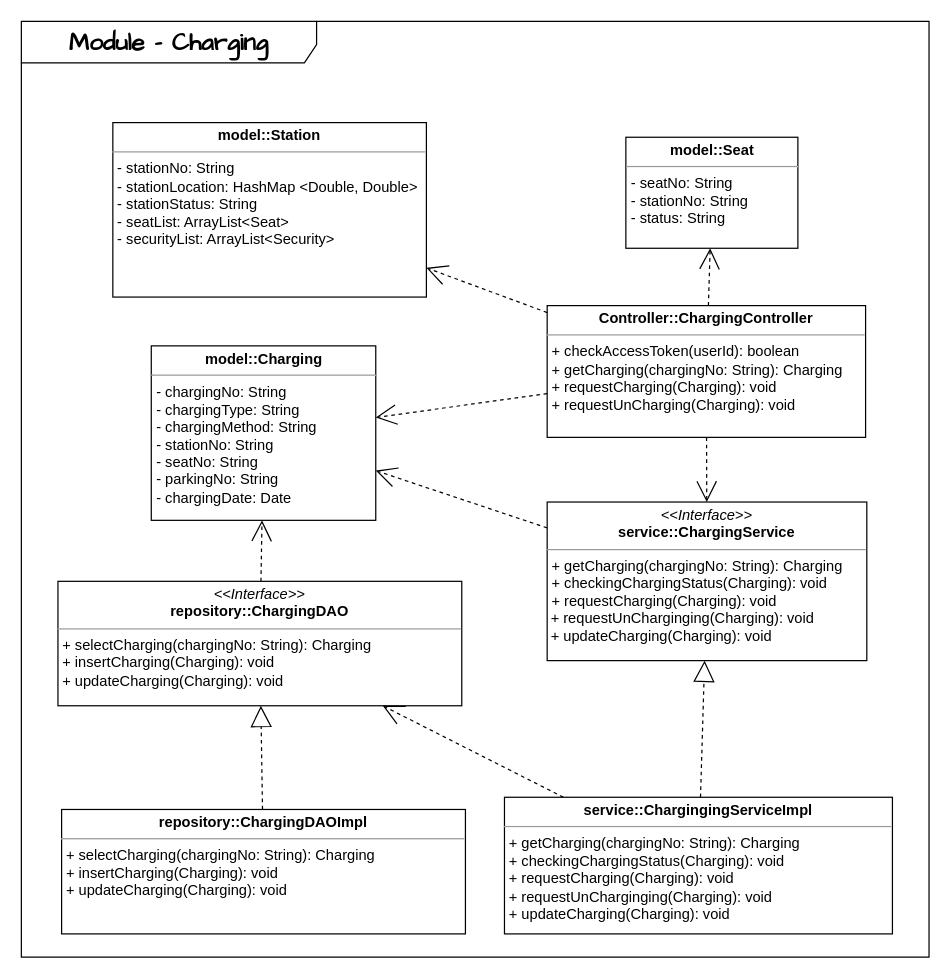
Earlier version of the draw.io diagram Module/Charging.drawio (coldmu/aa_exam). Source tidied: cells renumbered, new cells numbered last; positions are measured from the earlier drawing's top-left corner, leaving out a move shared by most shapes. Both pictures are drawn from the tidied source at 122%, with x=0, y=0 at pixel (21, 21).
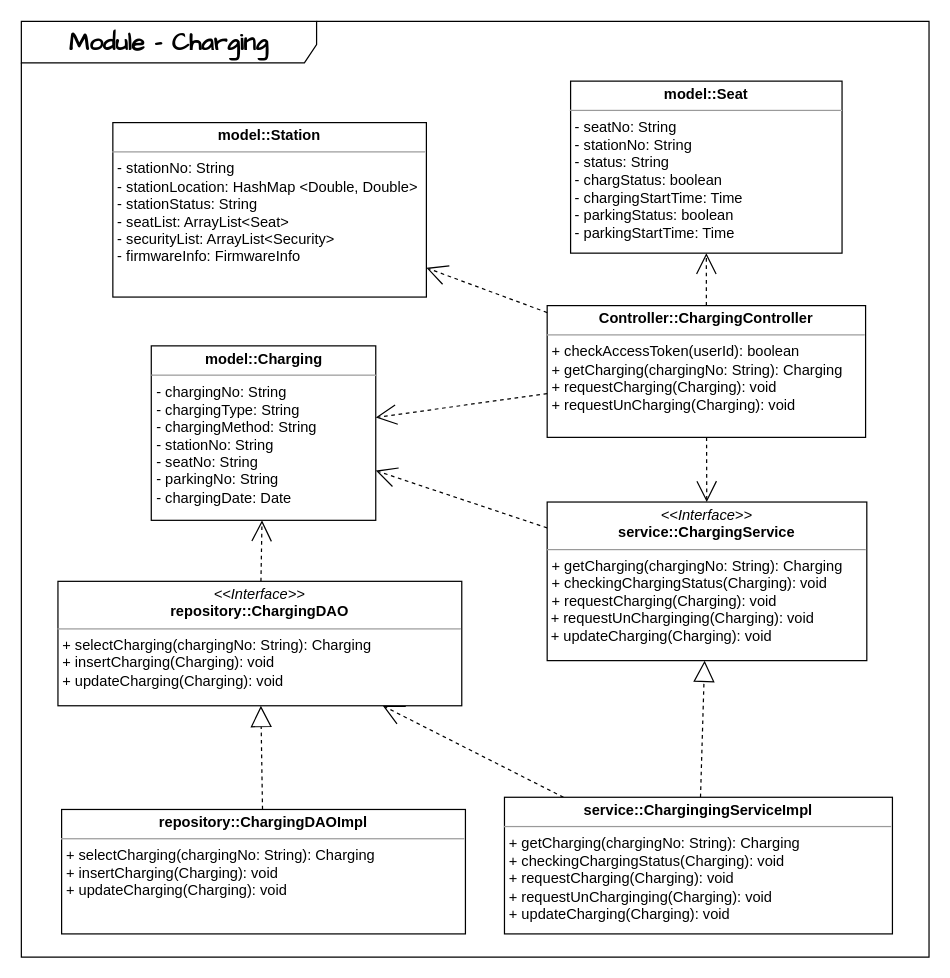
After the change.

Diff of the diagram source:
```diff
@@
 <mxGraphModel>
   <root>
     <mxCell id="0" />
     <mxCell id="1" parent="0" />
     <mxCell id="2" value="&lt;b&gt;Module - Charging&lt;/b&gt;" style="shape=umlFrame;whiteSpace=wrap;html=1;hachureGap=4;fontFamily=Architects Daughter;fontSize=20;width=242;height=34;labelBackgroundColor=none;rounded=0;" parent="1" vertex="1">
       <mxGeometry width="744" height="767" as="geometry" />
     </mxCell>
     <mxCell id="3" style="edgeStyle=none;shape=connector;rounded=0;hachureGap=4;jettySize=auto;html=1;dashed=1;labelBackgroundColor=none;strokeColor=default;fontFamily=Architects Daughter;fontSize=16;fontColor=default;endArrow=open;endFill=0;endSize=15;" parent="1" edge="1" source="8" target="5">
       <mxGeometry relative="1" as="geometry" />
     </mxCell>
     <mxCell id="4" style="edgeStyle=none;shape=connector;rounded=0;hachureGap=4;jettySize=auto;html=1;dashed=1;labelBackgroundColor=none;strokeColor=default;fontFamily=Architects Daughter;fontSize=16;fontColor=default;endArrow=open;endFill=0;endSize=15;" parent="1" edge="1" source="5" target="16">
       <mxGeometry relative="1" as="geometry" />
     </mxCell>
     <mxCell id="5" value="&lt;p style=&quot;margin:0px;margin-top:4px;text-align:center;&quot;&gt;&lt;i&gt;&amp;lt;&amp;lt;Interface&amp;gt;&amp;gt;&lt;/i&gt;&lt;br&gt;&lt;b style=&quot;background-color: initial;&quot;&gt;service::ChargingService&lt;/b&gt;&lt;/p&gt;&lt;p style=&quot;margin:0px;margin-top:4px;text-align:center;&quot;&gt;&lt;/p&gt;&lt;hr size=&quot;1&quot;&gt;&lt;p style=&quot;margin:0px;margin-left:4px;&quot;&gt;+ getCharging(chargingNo: String): Charging&lt;/p&gt;&lt;p style=&quot;margin:0px;margin-left:4px;&quot;&gt;+ checkingChargingStatus(Charging): void&lt;/p&gt;&lt;p style=&quot;margin:0px;margin-left:4px;&quot;&gt;+ requestCharging(Charging): void&lt;/p&gt;&lt;p style=&quot;margin:0px;margin-left:4px;&quot;&gt;&lt;/p&gt;&amp;nbsp;+ requestUnCharginging(Charging): void&lt;br&gt;&amp;nbsp;+ updateCharging(Charging): void" style="verticalAlign=top;align=left;overflow=fill;fontSize=12;fontFamily=Helvetica;html=1;whiteSpace=wrap;" parent="1" vertex="1">
       <mxGeometry x="431" y="394" width="262" height="130" as="geometry" />
     </mxCell>
     <mxCell id="6" style="edgeStyle=none;shape=connector;rounded=0;hachureGap=4;jettySize=auto;html=1;dashed=1;labelBackgroundColor=none;strokeColor=default;fontFamily=Architects Daughter;fontSize=16;fontColor=default;endArrow=open;endFill=0;endSize=15;" parent="1" edge="1" source="7" target="16">
       <mxGeometry relative="1" as="geometry" />
     </mxCell>
     <mxCell id="7" value="&lt;p style=&quot;margin:0px;margin-top:4px;text-align:center;&quot;&gt;&lt;i&gt;&amp;lt;&amp;lt;Interface&amp;gt;&amp;gt;&lt;/i&gt;&lt;br&gt;&lt;b style=&quot;background-color: initial;&quot;&gt;repository::ChargingDAO&lt;/b&gt;&lt;/p&gt;&lt;p style=&quot;margin:0px;margin-top:4px;text-align:center;&quot;&gt;&lt;/p&gt;&lt;hr size=&quot;1&quot;&gt;&lt;p style=&quot;margin:0px;margin-left:4px;&quot;&gt;+ selectCharging(chargingNo: String): Charging&lt;/p&gt;&lt;p style=&quot;margin:0px;margin-left:4px;&quot;&gt;+ insertCharging(Charging): void&lt;/p&gt;&lt;p style=&quot;margin:0px;margin-left:4px;&quot;&gt;+ updateCharging(Charging): void&lt;/p&gt;" style="verticalAlign=top;align=left;overflow=fill;fontSize=12;fontFamily=Helvetica;html=1;whiteSpace=wrap;" parent="1" vertex="1">
       <mxGeometry x="30" y="459" width="331" height="102" as="geometry" />
     </mxCell>
     <mxCell id="8" value="&lt;p style=&quot;margin:0px;margin-top:4px;text-align:center;&quot;&gt;&lt;b style=&quot;background-color: initial;&quot;&gt;Controller::ChargingController&lt;/b&gt;&lt;/p&gt;&lt;p style=&quot;margin:0px;margin-top:4px;text-align:center;&quot;&gt;&lt;/p&gt;&lt;hr size=&quot;1&quot;&gt;&lt;p style=&quot;margin:0px;margin-left:4px;&quot;&gt;+ checkAccessToken(userId): boolean&lt;/p&gt;&lt;p style=&quot;margin:0px;margin-left:4px;&quot;&gt;+ getCharging(chargingNo: String): Charging&lt;/p&gt;&lt;p style=&quot;margin:0px;margin-left:4px;&quot;&gt;+ requestCharging(Charging): void&lt;/p&gt;&lt;p style=&quot;margin:0px;margin-left:4px;&quot;&gt;+ requestUnCharging(Charging): void&lt;/p&gt;" style="verticalAlign=top;align=left;overflow=fill;fontSize=12;fontFamily=Helvetica;html=1;whiteSpace=wrap;" parent="1" vertex="1">
       <mxGeometry x="431" y="233" width="261" height="108" as="geometry" />
     </mxCell>
     <mxCell id="9" style="edgeStyle=none;shape=connector;rounded=0;hachureGap=4;jettySize=auto;html=1;dashed=1;labelBackgroundColor=none;strokeColor=default;fontFamily=Architects Daughter;fontSize=16;fontColor=default;endArrow=open;endFill=0;endSize=15;" parent="1" edge="1" source="11" target="7">
       <mxGeometry relative="1" as="geometry" />
     </mxCell>
     <mxCell id="10" style="edgeStyle=none;shape=connector;rounded=0;hachureGap=4;jettySize=auto;html=1;dashed=1;labelBackgroundColor=none;strokeColor=default;fontFamily=Architects Daughter;fontSize=16;fontColor=default;endArrow=block;endFill=0;endSize=15;" parent="1" edge="1" source="11" target="5">
       <mxGeometry relative="1" as="geometry" />
     </mxCell>
     <mxCell id="11" value="&lt;p style=&quot;margin:0px;margin-top:4px;text-align:center;&quot;&gt;&lt;b style=&quot;background-color: initial;&quot;&gt;service::ChargingingServiceImpl&lt;/b&gt;&lt;/p&gt;&lt;p style=&quot;margin:0px;margin-top:4px;text-align:center;&quot;&gt;&lt;/p&gt;&lt;hr size=&quot;1&quot;&gt;&lt;p style=&quot;border-color: var(--border-color); margin: 0px 0px 0px 4px;&quot;&gt;+ getCharging(chargingNo: String): Charging&lt;/p&gt;&lt;p style=&quot;border-color: var(--border-color); margin: 0px 0px 0px 4px;&quot;&gt;+ checkingChargingStatus(Charging): void&lt;/p&gt;&lt;p style=&quot;border-color: var(--border-color); margin: 0px 0px 0px 4px;&quot;&gt;+ requestCharging(Charging): void&lt;/p&gt;&lt;p style=&quot;border-color: var(--border-color); margin: 0px 0px 0px 4px;&quot;&gt;&lt;/p&gt;&lt;p style=&quot;border-color: var(--border-color); margin: 0px 0px 0px 4px;&quot;&gt;+ requestUnCharginging(Charging): void&lt;br style=&quot;border-color: var(--border-color);&quot;&gt;+ updateCharging(Charging): void&lt;br&gt;&lt;/p&gt;" style="verticalAlign=top;align=left;overflow=fill;fontSize=12;fontFamily=Helvetica;html=1;whiteSpace=wrap;" parent="1" vertex="1">
       <mxGeometry x="396" y="636" width="318" height="112" as="geometry" />
     </mxCell>
     <mxCell id="12" style="edgeStyle=none;shape=connector;rounded=0;hachureGap=4;jettySize=auto;html=1;dashed=1;labelBackgroundColor=none;strokeColor=default;fontFamily=Architects Daughter;fontSize=16;fontColor=default;endArrow=block;endFill=0;endSize=15;" parent="1" edge="1" source="13" target="7">
       <mxGeometry relative="1" as="geometry" />
     </mxCell>
     <mxCell id="13" value="&lt;p style=&quot;margin:0px;margin-top:4px;text-align:center;&quot;&gt;&lt;b style=&quot;background-color: initial;&quot;&gt;repository::ChargingDAOImpl&lt;/b&gt;&lt;/p&gt;&lt;p style=&quot;margin:0px;margin-top:4px;text-align:center;&quot;&gt;&lt;/p&gt;&lt;hr size=&quot;1&quot;&gt;&lt;p style=&quot;border-color: var(--border-color); margin: 0px 0px 0px 4px;&quot;&gt;+ selectCharging(chargingNo: String): Charging&lt;/p&gt;&lt;p style=&quot;border-color: var(--border-color); margin: 0px 0px 0px 4px;&quot;&gt;+ insertCharging(Charging): void&lt;/p&gt;&lt;p style=&quot;border-color: var(--border-color); margin: 0px 0px 0px 4px;&quot;&gt;+ updateCharging(Charging): void&lt;/p&gt;" style="verticalAlign=top;align=left;overflow=fill;fontSize=12;fontFamily=Helvetica;html=1;whiteSpace=wrap;" parent="1" vertex="1">
       <mxGeometry x="33" y="646" width="331" height="102" as="geometry" />
     </mxCell>
-    <mxCell id="14" value="&lt;p style=&quot;margin:0px;margin-top:4px;text-align:center;&quot;&gt;&lt;b style=&quot;background-color: initial;&quot;&gt;model::Station&lt;/b&gt;&lt;/p&gt;&lt;p style=&quot;margin:0px;margin-top:4px;text-align:center;&quot;&gt;&lt;/p&gt;&lt;hr size=&quot;1&quot;&gt;&lt;p style=&quot;margin:0px;margin-left:4px;&quot;&gt;- stationNo: String&lt;/p&gt;&lt;p style=&quot;margin:0px;margin-left:4px;&quot;&gt;- stationLocation: HashMap &amp;lt;Double, Double&amp;gt;&lt;/p&gt;&lt;p style=&quot;margin:0px;margin-left:4px;&quot;&gt;- stationStatus: String&lt;/p&gt;&lt;p style=&quot;margin:0px;margin-left:4px;&quot;&gt;- seatList: ArrayList&amp;lt;Seat&amp;gt;&lt;/p&gt;&lt;p style=&quot;margin:0px;margin-left:4px;&quot;&gt;- securityList: ArrayList&amp;lt;Security&amp;gt;&lt;/p&gt;&lt;p style=&quot;margin:0px;margin-left:4px;&quot;&gt;&lt;br&gt;&lt;/p&gt;" style="verticalAlign=top;align=left;overflow=fill;fontSize=12;fontFamily=Helvetica;html=1;whiteSpace=wrap;" parent="1" vertex="1">
+    <mxCell id="14" value="&lt;p style=&quot;border-color: var(--border-color); margin: 4px 0px 0px; text-align: center;&quot;&gt;&lt;b style=&quot;border-color: var(--border-color); background-color: initial;&quot;&gt;model::Station&lt;/b&gt;&lt;/p&gt;&lt;p style=&quot;border-color: var(--border-color); margin: 4px 0px 0px; text-align: center;&quot;&gt;&lt;/p&gt;&lt;hr style=&quot;border-color: var(--border-color);&quot; size=&quot;1&quot;&gt;&lt;p style=&quot;border-color: var(--border-color); margin: 0px 0px 0px 4px;&quot;&gt;- stationNo: String&lt;/p&gt;&lt;p style=&quot;border-color: var(--border-color); margin: 0px 0px 0px 4px;&quot;&gt;- stationLocation: HashMap &amp;lt;Double, Double&amp;gt;&lt;/p&gt;&lt;p style=&quot;border-color: var(--border-color); margin: 0px 0px 0px 4px;&quot;&gt;- stationStatus: String&lt;/p&gt;&lt;p style=&quot;border-color: var(--border-color); margin: 0px 0px 0px 4px;&quot;&gt;- seatList: ArrayList&amp;lt;Seat&amp;gt;&lt;br style=&quot;border-color: var(--border-color);&quot;&gt;&lt;/p&gt;&lt;p style=&quot;border-color: var(--border-color); margin: 0px 0px 0px 4px;&quot;&gt;- securityList: ArrayList&amp;lt;Security&amp;gt;&lt;/p&gt;&lt;p style=&quot;border-color: var(--border-color); margin: 0px 0px 0px 4px;&quot;&gt;- firmwareInfo: FirmwareInfo&lt;/p&gt;&lt;p style=&quot;border-color: var(--border-color); margin: 0px 0px 0px 4px;&quot;&gt;&lt;br style=&quot;border-color: var(--border-color);&quot;&gt;&lt;/p&gt;" style="verticalAlign=top;align=left;overflow=fill;fontSize=12;fontFamily=Helvetica;html=1;whiteSpace=wrap;" parent="1" vertex="1">
       <mxGeometry x="75" y="83" width="257" height="143" as="geometry" />
     </mxCell>
-    <mxCell id="15" value="&lt;p style=&quot;margin:0px;margin-top:4px;text-align:center;&quot;&gt;&lt;b style=&quot;background-color: initial;&quot;&gt;model::Seat&lt;/b&gt;&lt;/p&gt;&lt;p style=&quot;margin:0px;margin-top:4px;text-align:center;&quot;&gt;&lt;/p&gt;&lt;hr size=&quot;1&quot;&gt;&lt;p style=&quot;margin:0px;margin-left:4px;&quot;&gt;- seatNo: String&lt;/p&gt;&lt;p style=&quot;margin:0px;margin-left:4px;&quot;&gt;- stationNo: String&lt;/p&gt;&lt;p style=&quot;margin:0px;margin-left:4px;&quot;&gt;- status:&lt;span style=&quot;background-color: initial;&quot;&gt;&amp;nbsp;String&lt;/span&gt;&lt;/p&gt;&lt;p style=&quot;margin:0px;margin-left:4px;&quot;&gt;&lt;br&gt;&lt;/p&gt;" style="verticalAlign=top;align=left;overflow=fill;fontSize=12;fontFamily=Helvetica;html=1;whiteSpace=wrap;" parent="1" vertex="1">
-      <mxGeometry x="495.5" y="95" width="141" height="91" as="geometry" />
+    <mxCell id="15" value="&lt;p style=&quot;border-color: var(--border-color); margin: 4px 0px 0px; text-align: center;&quot;&gt;&lt;b style=&quot;border-color: var(--border-color); background-color: initial;&quot;&gt;model::Seat&lt;/b&gt;&lt;/p&gt;&lt;p style=&quot;border-color: var(--border-color); margin: 4px 0px 0px; text-align: center;&quot;&gt;&lt;/p&gt;&lt;hr style=&quot;border-color: var(--border-color);&quot; size=&quot;1&quot;&gt;&lt;p style=&quot;border-color: var(--border-color); margin: 0px 0px 0px 4px;&quot;&gt;- seatNo: String&lt;/p&gt;&lt;p style=&quot;border-color: var(--border-color); margin: 0px 0px 0px 4px;&quot;&gt;- stationNo: String&lt;/p&gt;&lt;p style=&quot;border-color: var(--border-color); margin: 0px 0px 0px 4px;&quot;&gt;- status:&amp;nbsp;String&lt;/p&gt;&lt;p style=&quot;border-color: var(--border-color); margin: 0px 0px 0px 4px;&quot;&gt;&lt;span style=&quot;border-color: var(--border-color); background-color: initial;&quot;&gt;- chargStatus: boolean&lt;/span&gt;&lt;/p&gt;&lt;p style=&quot;border-color: var(--border-color); margin: 0px 0px 0px 4px;&quot;&gt;- chargingStartTime: Time&lt;/p&gt;&lt;p style=&quot;border-color: var(--border-color); margin: 0px 0px 0px 4px;&quot;&gt;- parkingStatus: boolean&lt;/p&gt;&lt;p style=&quot;border-color: var(--border-color); margin: 0px 0px 0px 4px;&quot;&gt;- parkingStartTime: Time&lt;/p&gt;&lt;p style=&quot;border-color: var(--border-color); margin: 0px 0px 0px 4px;&quot;&gt;&lt;br style=&quot;border-color: var(--border-color);&quot;&gt;&lt;/p&gt;" style="verticalAlign=top;align=left;overflow=fill;fontSize=12;fontFamily=Helvetica;html=1;whiteSpace=wrap;" parent="1" vertex="1">
+      <mxGeometry x="450.2" y="49" width="222.5" height="141" as="geometry" />
     </mxCell>
     <mxCell id="16" value="&lt;p style=&quot;margin:0px;margin-top:4px;text-align:center;&quot;&gt;&lt;b style=&quot;background-color: initial;&quot;&gt;model::Charging&lt;/b&gt;&lt;/p&gt;&lt;p style=&quot;margin:0px;margin-top:4px;text-align:center;&quot;&gt;&lt;/p&gt;&lt;hr size=&quot;1&quot;&gt;&lt;p style=&quot;margin:0px;margin-left:4px;&quot;&gt;- chargingNo: String&lt;/p&gt;&lt;p style=&quot;margin:0px;margin-left:4px;&quot;&gt;- chargingType: String&lt;/p&gt;&lt;p style=&quot;margin:0px;margin-left:4px;&quot;&gt;- chargingMethod: String&lt;/p&gt;&lt;p style=&quot;margin:0px;margin-left:4px;&quot;&gt;- stationNo: String&lt;/p&gt;&lt;p style=&quot;margin:0px;margin-left:4px;&quot;&gt;- seatNo: String&lt;/p&gt;&lt;p style=&quot;margin:0px;margin-left:4px;&quot;&gt;- parkingNo: String&lt;/p&gt;&lt;p style=&quot;margin:0px;margin-left:4px;&quot;&gt;&lt;span style=&quot;background-color: initial;&quot;&gt;- chargingDate: Date&lt;/span&gt;&lt;br&gt;&lt;/p&gt;" style="verticalAlign=top;align=left;overflow=fill;fontSize=12;fontFamily=Helvetica;html=1;whiteSpace=wrap;" parent="1" vertex="1">
       <mxGeometry x="106.5" y="266" width="184" height="143" as="geometry" />
     </mxCell>
     <mxCell id="17" style="edgeStyle=none;shape=connector;rounded=0;hachureGap=4;jettySize=auto;html=1;dashed=1;labelBackgroundColor=none;strokeColor=default;fontFamily=Architects Daughter;fontSize=16;fontColor=default;endArrow=open;endFill=0;endSize=15;" parent="1" edge="1" source="8" target="14">
       <mxGeometry relative="1" as="geometry" />
     </mxCell>
     <mxCell id="18" style="edgeStyle=none;shape=connector;rounded=0;hachureGap=4;jettySize=auto;html=1;dashed=1;labelBackgroundColor=none;strokeColor=default;fontFamily=Architects Daughter;fontSize=16;fontColor=default;endArrow=open;endFill=0;endSize=15;" parent="1" edge="1" source="8" target="15">
       <mxGeometry relative="1" as="geometry" />
     </mxCell>
     <mxCell id="19" style="edgeStyle=none;shape=connector;rounded=0;hachureGap=4;jettySize=auto;html=1;dashed=1;labelBackgroundColor=none;strokeColor=default;fontFamily=Architects Daughter;fontSize=16;fontColor=default;endArrow=open;endFill=0;endSize=15;" parent="1" edge="1" source="8" target="16">
       <mxGeometry relative="1" as="geometry" />
     </mxCell>
   </root>
 </mxGraphModel>
```
